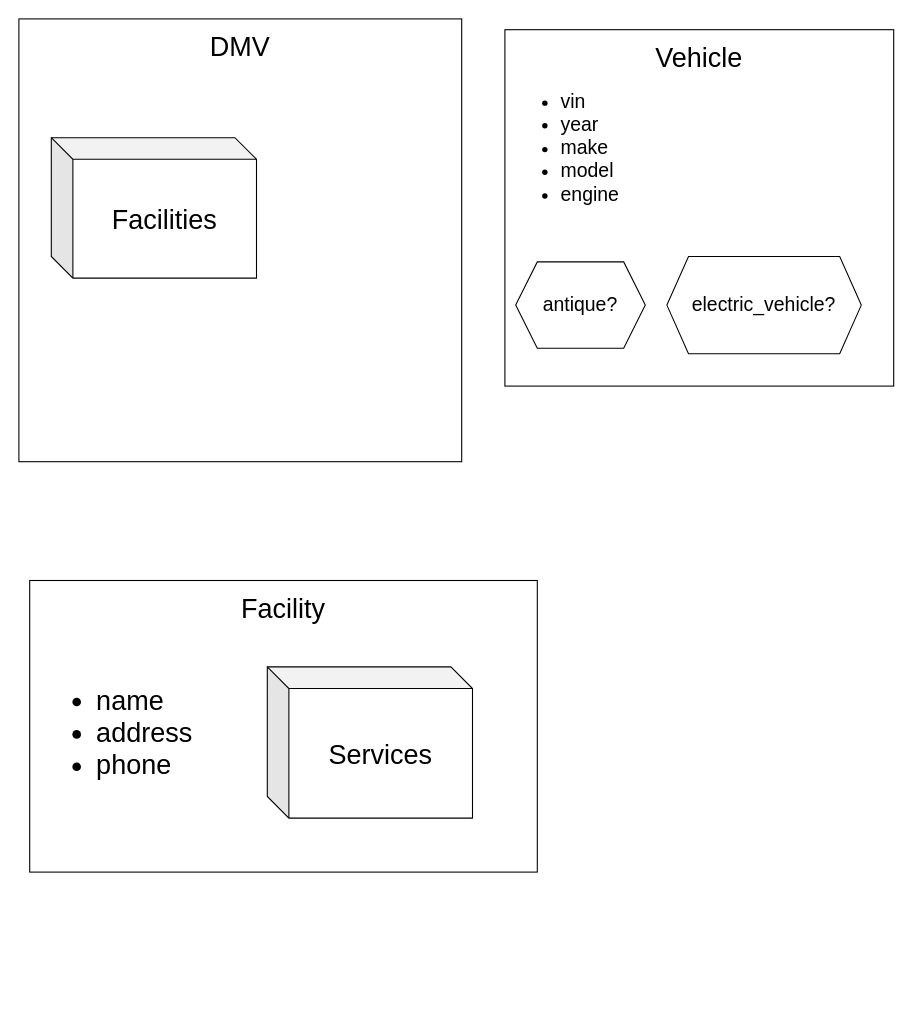
The draw.io diagram map.dio in turingschool-examples/the_dmv, before the edit. Source tidied: cells renumbered, new cells numbered last; positions are measured from the earlier drawing's top-left corner, leaving out a move shared by most shapes. Both pictures are drawn from the tidied source at 108%, with x=0, y=0 at pixel (18, 18).
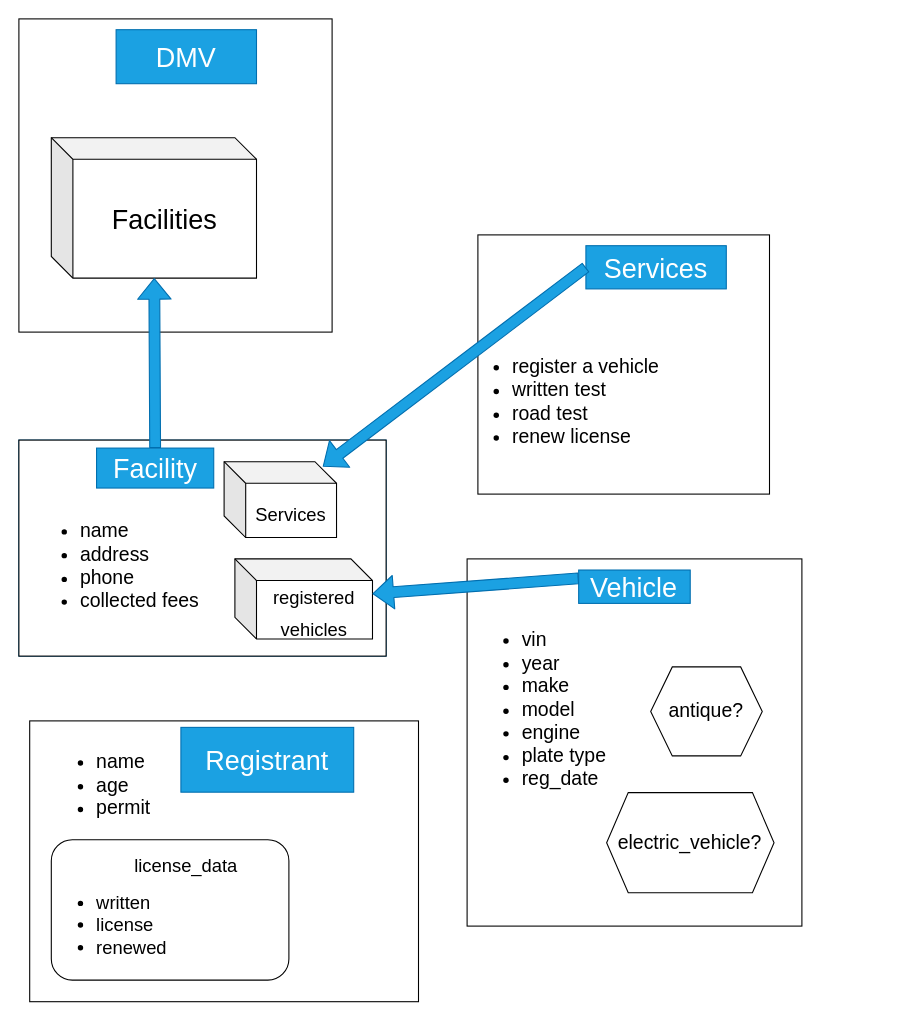
After the change.

Commit message:
Update map diagram

The edit, as a diff of the source:
```diff
@@
-    <mxCell id="2" style="group;" parent="1" vertex="1">
-      <mxGeometry width="410" height="410" as="geometry" />
-    </mxCell>
-    <mxCell id="3" style="whiteSpace=wrap;html=1;" parent="2" vertex="1">
-      <mxGeometry width="410" height="410" as="geometry" />
+    <mxCell id="3" style="whiteSpace=wrap;html=1;" parent="1" vertex="1">
+      <mxGeometry width="290" height="290" as="geometry" />
     </mxCell>
-    <mxCell id="4" value="&lt;font style=&quot;font-size: 25px;&quot;&gt;DMV&lt;/font&gt;" style="text;strokeColor=none;align=center;fillColor=none;html=1;verticalAlign=middle;whiteSpace=wrap;rounded=0;" parent="2" vertex="1">
-      <mxGeometry x="65" width="280" height="50" as="geometry" />
+    <mxCell id="4" value="&lt;font style=&quot;font-size: 25px;&quot;&gt;DMV&lt;/font&gt;" style="text;strokeColor=#006EAF;align=center;fillColor=#1ba1e2;html=1;verticalAlign=middle;whiteSpace=wrap;rounded=0;fontColor=#ffffff;" parent="1" vertex="1">
+      <mxGeometry x="90" y="10" width="130" height="50" as="geometry" />
     </mxCell>
-    <mxCell id="5" value="Facilities" style="shape=cube;whiteSpace=wrap;html=1;boundedLbl=1;backgroundOutline=1;darkOpacity=0.05;darkOpacity2=0.1;fontSize=25;" parent="2" vertex="1">
+    <mxCell id="5" value="Facilities" style="shape=cube;whiteSpace=wrap;html=1;boundedLbl=1;backgroundOutline=1;darkOpacity=0.05;darkOpacity2=0.1;fontSize=25;" parent="1" vertex="1">
       <mxGeometry x="30" y="110" width="190" height="130" as="geometry" />
     </mxCell>
+    <mxCell id="16" style="group;" parent="1" vertex="1">
+      <mxGeometry x="415" y="500" width="310" height="340" as="geometry" />
+    </mxCell>
+    <mxCell id="11" style="rounded=0;whiteSpace=wrap;html=1;fontSize=25;" parent="16" vertex="1">
+      <mxGeometry width="310" height="340" as="geometry" />
+    </mxCell>
+    <mxCell id="12" value="Vehicle" style="text;strokeColor=#006EAF;align=center;fillColor=#1ba1e2;html=1;verticalAlign=middle;whiteSpace=wrap;rounded=0;fontSize=25;fontColor=#ffffff;" parent="16" vertex="1">
+      <mxGeometry x="103.3" y="10.3" width="103.3" height="30.9" as="geometry" />
+    </mxCell>
+    <mxCell id="13" value="&lt;ul style=&quot;font-size: 18px;&quot;&gt;&lt;li&gt;vin&lt;/li&gt;&lt;li&gt;year&lt;/li&gt;&lt;li&gt;make&lt;/li&gt;&lt;li&gt;model&lt;/li&gt;&lt;li&gt;engine&lt;/li&gt;&lt;li&gt;plate type&lt;/li&gt;&lt;li&gt;reg_date&lt;/li&gt;&lt;/ul&gt;" style="text;strokeColor=none;fillColor=none;html=1;whiteSpace=wrap;verticalAlign=middle;overflow=hidden;fontSize=25;" parent="16" vertex="1">
+      <mxGeometry x="8.6" y="20.6" width="141.4" height="239.4" as="geometry" />
+    </mxCell>
+    <mxCell id="14" value="antique?" style="shape=hexagon;perimeter=hexagonPerimeter2;whiteSpace=wrap;html=1;fixedSize=1;fontSize=18;" parent="16" vertex="1">
+      <mxGeometry x="170" y="100" width="103.3" height="82.4" as="geometry" />
+    </mxCell>
+    <mxCell id="15" value="electric_vehicle?" style="shape=hexagon;perimeter=hexagonPerimeter2;whiteSpace=wrap;html=1;fixedSize=1;fontSize=18;" parent="16" vertex="1">
+      <mxGeometry x="129.2" y="216.4" width="155" height="92.7" as="geometry" />
+    </mxCell>
+    <mxCell id="17" style="group;" parent="1" vertex="1">
+      <mxGeometry x="10" y="650" width="360" height="260" as="geometry" />
+    </mxCell>
+    <mxCell id="18" style="rounded=0;whiteSpace=wrap;html=1;" parent="17" vertex="1">
+      <mxGeometry width="360" height="260" as="geometry" />
+    </mxCell>
+    <mxCell id="19" value="&lt;font style=&quot;font-size: 25px;&quot;&gt;Registrant&lt;/font&gt;" style="text;strokeColor=#006EAF;align=center;fillColor=#1ba1e2;html=1;verticalAlign=middle;whiteSpace=wrap;rounded=0;fontColor=#ffffff;" parent="17" vertex="1">
+      <mxGeometry x="140" y="6" width="160" height="60" as="geometry" />
+    </mxCell>
+    <mxCell id="20" value="&lt;ul style=&quot;font-size: 18px;&quot;&gt;&lt;li&gt;name&lt;/li&gt;&lt;li&gt;age&lt;/li&gt;&lt;li&gt;permit&lt;/li&gt;&lt;/ul&gt;" style="text;strokeColor=none;fillColor=none;html=1;whiteSpace=wrap;verticalAlign=middle;overflow=hidden;fontSize=25;" parent="17" vertex="1">
+      <mxGeometry x="20" width="120" height="120" as="geometry" />
+    </mxCell>
+    <mxCell id="21" style="group;" parent="17" vertex="1">
+      <mxGeometry x="20" y="110" width="220" height="140" as="geometry" />
+    </mxCell>
+    <mxCell id="22" style="rounded=1;whiteSpace=wrap;html=1;fontSize=25;" parent="21" vertex="1">
+      <mxGeometry width="220" height="130" as="geometry" />
+    </mxCell>
+    <mxCell id="23" value="&lt;font style=&quot;font-size: 17px;&quot;&gt;license_data&lt;/font&gt;" style="text;strokeColor=none;align=center;fillColor=none;html=1;verticalAlign=middle;whiteSpace=wrap;rounded=0;fontSize=25;" parent="21" vertex="1">
+      <mxGeometry x="70" width="110" height="40" as="geometry" />
+    </mxCell>
+    <mxCell id="24" value="&lt;ul&gt;&lt;li&gt;written&lt;/li&gt;&lt;li&gt;license&lt;/li&gt;&lt;li&gt;renewed&lt;/li&gt;&lt;/ul&gt;" style="text;strokeColor=none;fillColor=none;html=1;whiteSpace=wrap;verticalAlign=middle;overflow=hidden;fontSize=17;" parent="21" vertex="1">
+      <mxGeometry y="20" width="140" height="120" as="geometry" />
+    </mxCell>
+    <mxCell id="25" style="group;" parent="1" vertex="1">
+      <mxGeometry y="390" width="340" height="200" as="geometry" />
+    </mxCell>
-    <mxCell id="6" style="group;" parent="1" vertex="1">
-      <mxGeometry x="10" y="520" width="470" height="270" as="geometry" />
+    <mxCell id="6" style="group;fillColor=#1ba1e2;fontColor=#ffffff;strokeColor=#006EAF;" parent="25" vertex="1">
+      <mxGeometry width="340" height="200" as="geometry" />
     </mxCell>
-    <mxCell id="7" style="rounded=0;whiteSpace=wrap;html=1;fontSize=25;" parent="6" vertex="1">
-      <mxGeometry width="470" height="270" as="geometry" />
+    <mxCell id="7" style="rounded=0;whiteSpace=wrap;html=1;fontSize=25;" parent="25" vertex="1">
+      <mxGeometry width="340" height="200" as="geometry" />
     </mxCell>
-    <mxCell id="8" value="Facility" style="text;strokeColor=none;align=center;fillColor=none;html=1;verticalAlign=middle;whiteSpace=wrap;rounded=0;fontSize=25;" parent="6" vertex="1">
-      <mxGeometry x="160" width="150" height="50" as="geometry" />
+    <mxCell id="8" value="Facility" style="text;strokeColor=#006EAF;align=center;fillColor=#1ba1e2;html=1;verticalAlign=middle;whiteSpace=wrap;rounded=0;fontSize=25;fontColor=#ffffff;" parent="25" vertex="1">
+      <mxGeometry x="71.9" y="7.4" width="108.5" height="37" as="geometry" />
     </mxCell>
-    <mxCell id="9" value="&lt;ul&gt;&lt;li&gt;name&lt;/li&gt;&lt;li&gt;address&lt;/li&gt;&lt;li&gt;phone&lt;/li&gt;&lt;/ul&gt;" style="text;strokeColor=none;fillColor=none;html=1;whiteSpace=wrap;verticalAlign=middle;overflow=hidden;fontSize=25;" parent="6" vertex="1">
-      <mxGeometry x="20" y="60" width="170" height="160" as="geometry" />
+    <mxCell id="9" value="&lt;ul style=&quot;font-size: 18px;&quot;&gt;&lt;li&gt;name&lt;/li&gt;&lt;li&gt;address&lt;/li&gt;&lt;li&gt;phone&lt;/li&gt;&lt;li&gt;collected fees&lt;/li&gt;&lt;/ul&gt;" style="text;strokeColor=none;fillColor=none;html=1;whiteSpace=wrap;verticalAlign=middle;overflow=hidden;fontSize=25;" parent="25" vertex="1">
+      <mxGeometry x="14.5" y="44.4" width="165.5" height="145.6" as="geometry" />
     </mxCell>
-    <mxCell id="10" value="Services" style="shape=cube;whiteSpace=wrap;html=1;boundedLbl=1;backgroundOutline=1;darkOpacity=0.05;darkOpacity2=0.1;fontSize=25;" parent="6" vertex="1">
-      <mxGeometry x="220" y="80" width="190" height="140" as="geometry" />
+    <mxCell id="10" value="&lt;font style=&quot;font-size: 17px;&quot;&gt;Services&lt;/font&gt;" style="shape=cube;whiteSpace=wrap;html=1;boundedLbl=1;backgroundOutline=1;darkOpacity=0.05;darkOpacity2=0.1;fontSize=25;" parent="25" vertex="1">
+      <mxGeometry x="190" y="20" width="104.1" height="70.2" as="geometry" />
     </mxCell>
-    <mxCell id="11" style="rounded=0;whiteSpace=wrap;html=1;fontSize=25;" parent="1" vertex="1">
-      <mxGeometry x="450" y="10" width="360" height="330" as="geometry" />
-    </mxCell>
-    <mxCell id="12" value="Vehicle" style="text;strokeColor=none;align=center;fillColor=none;html=1;verticalAlign=middle;whiteSpace=wrap;rounded=0;fontSize=25;" parent="1" vertex="1">
-      <mxGeometry x="570" y="20" width="120" height="30" as="geometry" />
-    </mxCell>
-    <mxCell id="13" value="&lt;ul style=&quot;font-size: 18px;&quot;&gt;&lt;li&gt;vin&lt;/li&gt;&lt;li&gt;year&lt;/li&gt;&lt;li&gt;make&lt;/li&gt;&lt;li&gt;model&lt;/li&gt;&lt;li&gt;engine&lt;/li&gt;&lt;/ul&gt;" style="text;strokeColor=none;fillColor=none;html=1;whiteSpace=wrap;verticalAlign=middle;overflow=hidden;fontSize=25;" parent="1" vertex="1">
-      <mxGeometry x="460" y="30" width="120" height="180" as="geometry" />
-    </mxCell>
-    <mxCell id="14" value="antique?" style="shape=hexagon;perimeter=hexagonPerimeter2;whiteSpace=wrap;html=1;fixedSize=1;fontSize=18;" parent="1" vertex="1">
-      <mxGeometry x="460" y="225" width="120" height="80" as="geometry" />
-    </mxCell>
-    <mxCell id="15" value="electric_vehicle?" style="shape=hexagon;perimeter=hexagonPerimeter2;whiteSpace=wrap;html=1;fixedSize=1;fontSize=18;" parent="1" vertex="1">
-      <mxGeometry x="600" y="220" width="180" height="90" as="geometry" />
-    </mxCell>
+    <mxCell id="26" value="&lt;font style=&quot;font-size: 17px;&quot;&gt;registered vehicles&lt;/font&gt;" style="shape=cube;whiteSpace=wrap;html=1;boundedLbl=1;backgroundOutline=1;darkOpacity=0.05;darkOpacity2=0.1;fontSize=25;" parent="25" vertex="1">
+      <mxGeometry x="200" y="110" width="127.4" height="74.1" as="geometry" />
+    </mxCell>
+    <mxCell id="27" style="shape=flexArrow;endArrow=classic;html=1;fontSize=18;exitX=0.5;exitY=0;exitDx=0;exitDy=0;fillColor=#1ba1e2;strokeColor=#006EAF;" parent="1" edge="1" source="8" target="5">
+      <mxGeometry relative="1" as="geometry" />
+    </mxCell>
+    <mxCell id="28" style="group;" parent="1" vertex="1">
+      <mxGeometry x="415" y="200" width="280" height="240" as="geometry" />
+    </mxCell>
+    <mxCell id="29" style="rounded=0;whiteSpace=wrap;html=1;fontSize=17;" parent="28" vertex="1">
+      <mxGeometry x="10" width="270" height="240" as="geometry" />
+    </mxCell>
+    <mxCell id="30" value="&lt;font style=&quot;font-size: 25px;&quot;&gt;Services&lt;/font&gt;" style="text;strokeColor=#006EAF;align=center;fillColor=#1ba1e2;html=1;verticalAlign=middle;whiteSpace=wrap;rounded=0;fontSize=17;fontColor=#ffffff;" parent="28" vertex="1">
+      <mxGeometry x="110" y="10" width="130" height="40" as="geometry" />
+    </mxCell>
+    <mxCell id="31" style="shape=flexArrow;endArrow=classic;html=1;fontSize=25;exitX=0;exitY=0.5;exitDx=0;exitDy=0;fillColor=#1ba1e2;strokeColor=#006EAF;entryX=0.878;entryY=0.065;entryDx=0;entryDy=0;entryPerimeter=0;" parent="28" edge="1" source="30" target="10">
+      <mxGeometry relative="1" as="geometry" />
+    </mxCell>
+    <mxCell id="32" value="&lt;ul style=&quot;font-size: 18px;&quot;&gt;&lt;li&gt;register a vehicle&lt;/li&gt;&lt;li&gt;written test&lt;/li&gt;&lt;li&gt;road test&lt;/li&gt;&lt;li&gt;renew license&lt;/li&gt;&lt;/ul&gt;" style="text;strokeColor=none;fillColor=none;html=1;whiteSpace=wrap;verticalAlign=middle;overflow=hidden;fontSize=25;" parent="28" vertex="1">
+      <mxGeometry y="80" width="190" height="150" as="geometry" />
+    </mxCell>
+    <mxCell id="33" style="shape=flexArrow;endArrow=classic;html=1;fontSize=18;exitX=0;exitY=0.25;exitDx=0;exitDy=0;fillColor=#1ba1e2;strokeColor=#006EAF;" parent="1" edge="1" source="12" target="26">
+      <mxGeometry relative="1" as="geometry" />
+    </mxCell>
```
